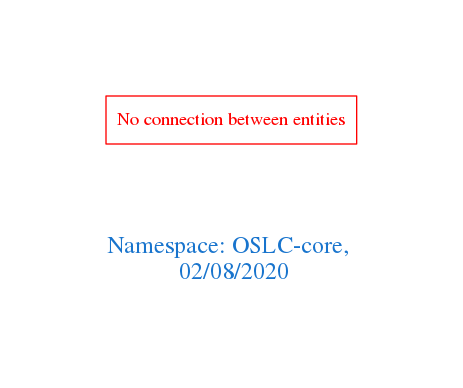
The Graphviz diagram downloads/OSLC-core.png in arago/OGIT, before a commit. Its source is kept beside it as downloads/OSLC-core.dot.
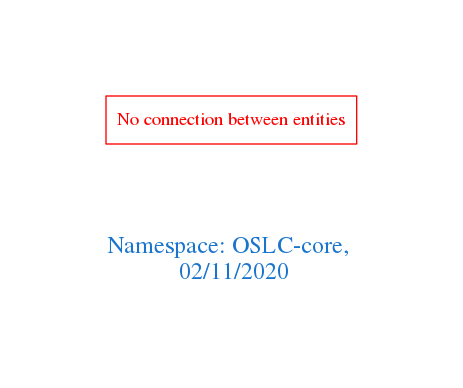
The same diagram one commit later.

What changed in the source:
```diff
@@ -1,7 +1,7 @@
 digraph OGIT_ontology {
  graph [ rankdir= LR,pad=1
 fontsize = 18,
-fontcolor= dodgerblue3,label = "\n\n\nNamespace: OSLC-core, \n 02/08/2020"];
+fontcolor= dodgerblue3,label = "\n\n\nNamespace: OSLC-core, \n 02/11/2020"];
 node[shape=polygon];
 edge [  color="gray81"];
 
```
